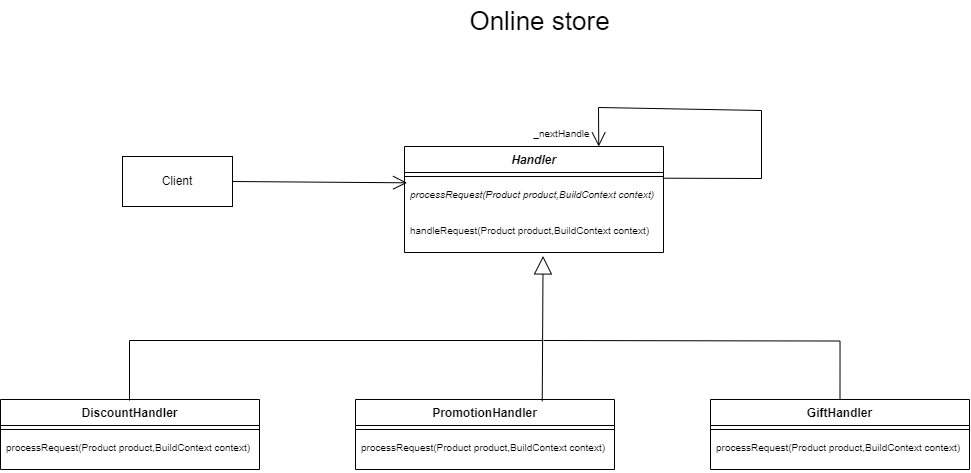
This is diagram.drawio.png from xiangxiang3451/OOAP_03, a draw.io export, as it was before one commit. Source tidied: cells renumbered, new cells last; positions are measured from the earlier drawing's top-left corner, leaving out a move shared by most shapes.
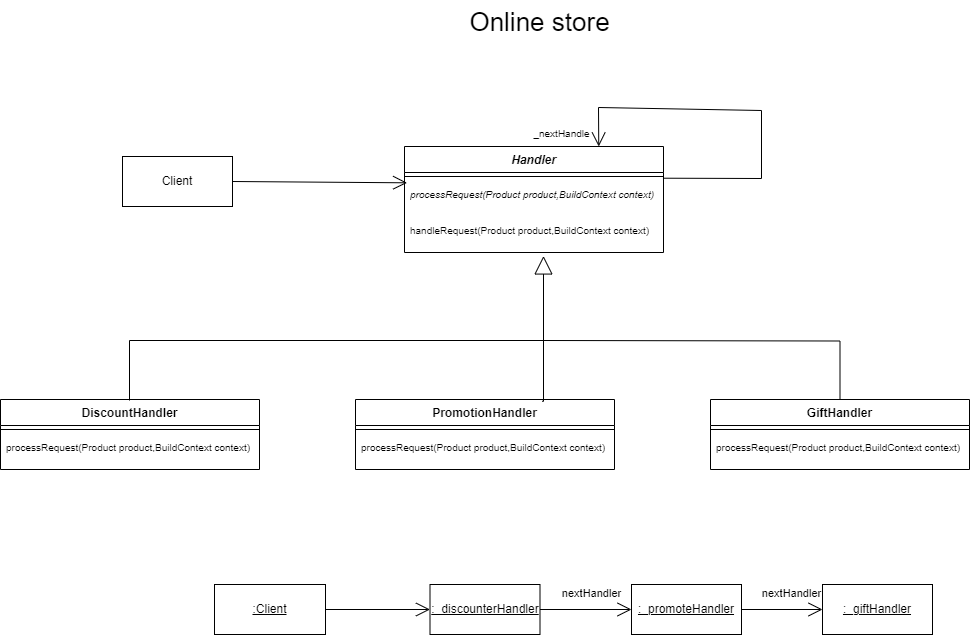
The same file after the commit.

Diff of the diagram source:
```diff
@@ -80,5 +80,32 @@
     <mxCell id="22" value="&lt;font style=&quot;font-size: 26px;&quot;&gt;Online store&lt;/font&gt;" style="text;html=1;align=center;verticalAlign=middle;strokeColor=none;fillColor=none;fontSize=16;" parent="1" vertex="1">
       <mxGeometry x="460" width="158" height="43" as="geometry" />
     </mxCell>
+    <mxCell id="23" value="&lt;u&gt;:Client&lt;/u&gt;" style="html=1;whiteSpace=wrap;" parent="1" vertex="1">
+      <mxGeometry x="214" y="584" width="111" height="50" as="geometry" />
+    </mxCell>
+    <mxCell id="24" value="&lt;u&gt;:_discounterHandler&lt;/u&gt;" style="html=1;whiteSpace=wrap;" parent="1" vertex="1">
+      <mxGeometry x="429.5" y="584" width="110" height="50" as="geometry" />
+    </mxCell>
+    <mxCell id="25" value="&lt;u&gt;:_promoteHandler&lt;/u&gt;" style="html=1;whiteSpace=wrap;" parent="1" vertex="1">
+      <mxGeometry x="631" y="584" width="110" height="50" as="geometry" />
+    </mxCell>
+    <mxCell id="26" value="&lt;u&gt;:_giftHandler&lt;/u&gt;" style="html=1;whiteSpace=wrap;" parent="1" vertex="1">
+      <mxGeometry x="822" y="584" width="110" height="50" as="geometry" />
+    </mxCell>
+    <mxCell id="27" style="endArrow=open;endFill=1;endSize=12;html=1;rounded=0;fontSize=12;curved=1;entryX=0;entryY=0.5;entryDx=0;entryDy=0;exitX=1;exitY=0.5;exitDx=0;exitDy=0;" parent="1" edge="1" source="23" target="24">
+      <mxGeometry relative="1" as="geometry" />
+    </mxCell>
+    <mxCell id="28" style="endArrow=open;endFill=1;endSize=12;html=1;rounded=0;fontSize=12;curved=1;entryX=0;entryY=0.5;entryDx=0;entryDy=0;exitX=1;exitY=0.5;exitDx=0;exitDy=0;" parent="1" edge="1" source="24" target="25">
+      <mxGeometry relative="1" as="geometry" />
+    </mxCell>
+    <mxCell id="29" style="endArrow=open;endFill=1;endSize=12;html=1;rounded=0;fontSize=12;curved=1;entryX=0;entryY=0.5;entryDx=0;entryDy=0;exitX=1;exitY=0.5;exitDx=0;exitDy=0;" parent="1" edge="1" source="25" target="26">
+      <mxGeometry relative="1" as="geometry" />
+    </mxCell>
+    <mxCell id="30" value="&lt;font style=&quot;font-size: 11px;&quot;&gt;nextHandler&lt;/font&gt;" style="text;html=1;align=center;verticalAlign=middle;strokeColor=none;fillColor=none;fontSize=16;" parent="1" vertex="1">
+      <mxGeometry x="552.5" y="575.5" width="77" height="31" as="geometry" />
+    </mxCell>
+    <mxCell id="31" value="&lt;font style=&quot;font-size: 11px;&quot;&gt;nextHandler&lt;/font&gt;" style="text;html=1;align=center;verticalAlign=middle;strokeColor=none;fillColor=none;fontSize=16;" parent="1" vertex="1">
+      <mxGeometry x="752" y="575.5" width="77" height="31" as="geometry" />
+    </mxCell>
   </root>
 </mxGraphModel>
```
